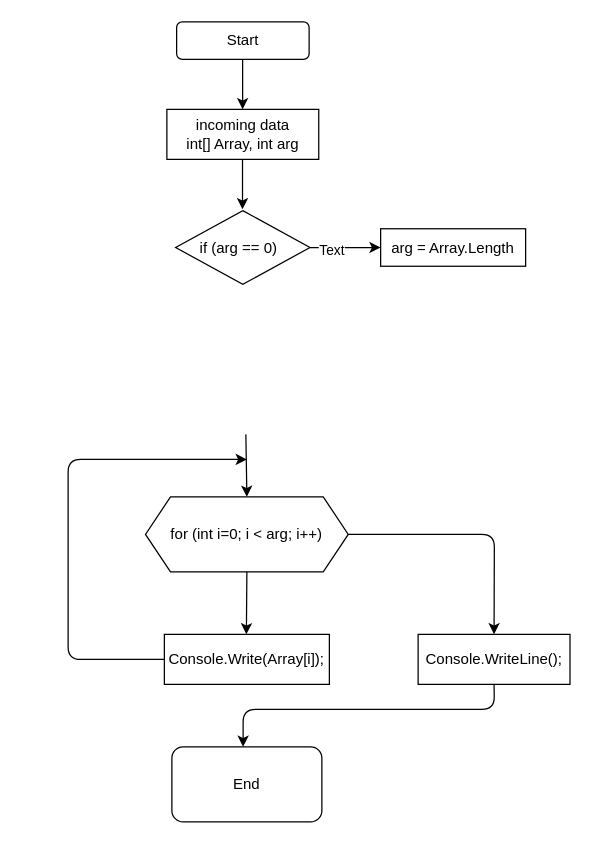
This is 2021/BlockDiagram/PrintArray_method.drawio from AbubakirovRA/FinalWork2021, a draw.io file, before an edit. Source tidied: cells renumbered, new cells numbered last; positions are measured from the earlier drawing's top-left corner, leaving out a move shared by most shapes. Both pictures are drawn from the tidied source at 125%, with x=0, y=0 at pixel (68, 21).
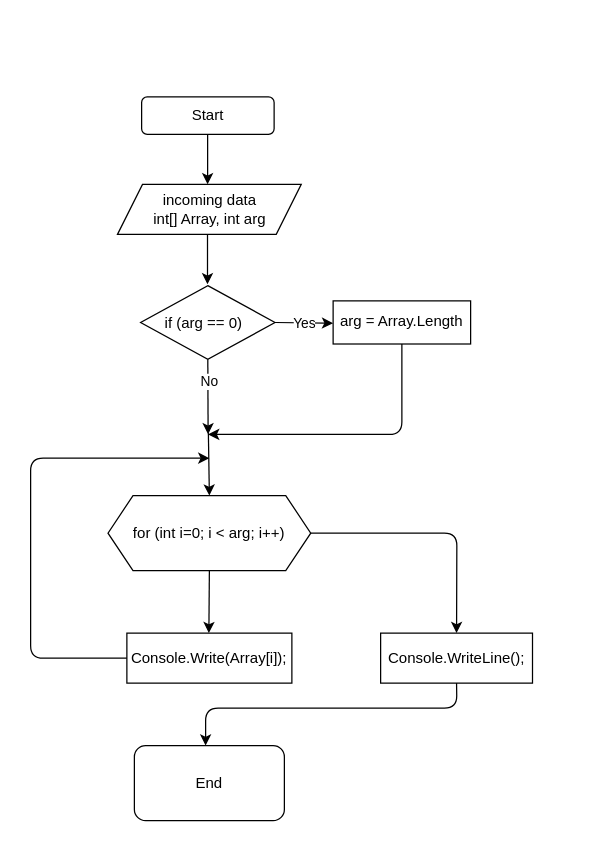
The same diagram, later.

Change to the diagram source:
```diff
@@
     <mxCell id="2" value="Start" style="rounded=1;whiteSpace=wrap;html=1;" parent="1" vertex="1">
-      <mxGeometry x="86.8" width="106" height="30" as="geometry" />
+      <mxGeometry x="58.8" y="60" width="106" height="30" as="geometry" />
     </mxCell>
     <mxCell id="3" style="endArrow=classic;html=1;" parent="1" edge="1">
       <mxGeometry relative="1" as="geometry">
-        <mxPoint x="139.6" y="30" as="sourcePoint" />
-        <mxPoint x="139.6" y="70" as="targetPoint" />
+        <mxPoint x="111.6" y="90" as="sourcePoint" />
+        <mxPoint x="111.6" y="130" as="targetPoint" />
       </mxGeometry>
     </mxCell>
     <mxCell id="4" value="if (arg == 0)&amp;nbsp;&amp;nbsp;" style="rhombus;whiteSpace=wrap;html=1;" parent="1" vertex="1">
-      <mxGeometry x="86" y="151" width="107.5" height="59" as="geometry" />
+      <mxGeometry x="58" y="211" width="107.5" height="59" as="geometry" />
     </mxCell>
     <mxCell id="5" style="endArrow=classic;html=1;exitX=0.5;exitY=1;exitDx=0;exitDy=0;entryX=0.5;entryY=0;entryDx=0;entryDy=0;entryPerimeter=0;" parent="1" edge="1" target="6">
       <mxGeometry relative="1" as="geometry">
-        <mxPoint x="142.2" y="330" as="sourcePoint" />
+        <mxPoint x="112.2" y="329" as="sourcePoint" />
       </mxGeometry>
     </mxCell>
     <mxCell id="6" value="for (int i=0; i &amp;lt; arg; i++)" style="shape=hexagon;perimeter=hexagonPerimeter2;whiteSpace=wrap;html=1;fixedSize=1;" parent="1" vertex="1">
-      <mxGeometry x="61.9" y="380" width="162.2" height="60" as="geometry" />
+      <mxGeometry x="31.9" y="379" width="162.2" height="60" as="geometry" />
     </mxCell>
     <mxCell id="7" style="endArrow=classic;html=1;exitX=0.5;exitY=1;exitDx=0;exitDy=0;" parent="1" edge="1" source="6">
       <mxGeometry relative="1" as="geometry">
-        <mxPoint x="142.6" y="490" as="targetPoint" />
+        <mxPoint x="112.6" y="489" as="targetPoint" />
       </mxGeometry>
     </mxCell>
     <mxCell id="8" value="&lt;span&gt;Console.WriteLine();&lt;/span&gt;" style="rounded=0;whiteSpace=wrap;html=1;" parent="1" vertex="1">
-      <mxGeometry x="280" y="490" width="121.5" height="40" as="geometry" />
+      <mxGeometry x="250" y="489" width="121.5" height="40" as="geometry" />
     </mxCell>
     <mxCell id="9" value="End" style="rounded=1;whiteSpace=wrap;html=1;" parent="1" vertex="1">
-      <mxGeometry x="83" y="580" width="120" height="60" as="geometry" />
+      <mxGeometry x="53" y="579" width="120" height="60" as="geometry" />
     </mxCell>
     <mxCell id="10" style="endArrow=classic;html=1;exitX=0.5;exitY=1;exitDx=0;exitDy=0;" parent="1" edge="1" source="8">
       <mxGeometry relative="1" as="geometry">
-        <mxPoint x="140" y="580" as="targetPoint" />
+        <mxPoint x="110" y="579" as="targetPoint" />
         <Array as="points">
-          <mxPoint x="341" y="550" />
-          <mxPoint x="140" y="550" />
+          <mxPoint x="311" y="549" />
+          <mxPoint x="110" y="549" />
         </Array>
       </mxGeometry>
     </mxCell>
     <mxCell id="11" value="&lt;span&gt;Console.Write(Array[i]);&lt;/span&gt;" style="rounded=0;whiteSpace=wrap;html=1;" parent="1" vertex="1">
-      <mxGeometry x="77" y="490" width="132" height="40" as="geometry" />
+      <mxGeometry x="47" y="489" width="132" height="40" as="geometry" />
     </mxCell>
     <mxCell id="12" style="endArrow=classic;html=1;exitX=0;exitY=0.5;exitDx=0;exitDy=0;" parent="1" edge="1" source="11">
       <mxGeometry relative="1" as="geometry">
-        <mxPoint x="143" y="350" as="targetPoint" />
+        <mxPoint x="113" y="349" as="targetPoint" />
         <Array as="points">
-          <mxPoint y="510" />
-          <mxPoint y="350" />
+          <mxPoint x="-30" y="509" />
+          <mxPoint x="-30" y="349" />
         </Array>
       </mxGeometry>
     </mxCell>
     <mxCell id="13" style="endArrow=classic;html=1;entryX=0.5;entryY=0;entryDx=0;entryDy=0;exitX=1;exitY=0.5;exitDx=0;exitDy=0;" parent="1" edge="1" source="6" target="8">
       <mxGeometry relative="1" as="geometry">
         <Array as="points">
-          <mxPoint x="341" y="410" />
+          <mxPoint x="311" y="409" />
         </Array>
       </mxGeometry>
     </mxCell>
-    <mxCell id="14" value="incoming data &lt;br&gt;int[] Array, int arg" style="rounded=0;whiteSpace=wrap;html=1;" parent="1" vertex="1">
-      <mxGeometry x="79" y="70" width="121.5" height="40" as="geometry" />
-    </mxCell>
     <mxCell id="15" style="endArrow=classic;html=1;" parent="1" edge="1">
       <mxGeometry relative="1" as="geometry">
-        <mxPoint x="139.5" y="110" as="sourcePoint" />
-        <mxPoint x="139.5" y="150" as="targetPoint" />
+        <mxPoint x="111.5" y="170" as="sourcePoint" />
+        <mxPoint x="111.5" y="210" as="targetPoint" />
       </mxGeometry>
     </mxCell>
     <mxCell id="16" value="&lt;span&gt;arg = Array.Length&lt;/span&gt;" style="rounded=0;whiteSpace=wrap;html=1;" parent="1" vertex="1">
-      <mxGeometry x="250" y="165.5" width="116" height="30" as="geometry" />
+      <mxGeometry x="212" y="223.2" width="110" height="34.5" as="geometry" />
     </mxCell>
-    <mxCell id="17" style="endArrow=classic;html=1;exitX=1;exitY=0.5;exitDx=0;exitDy=0;entryX=0;entryY=0.5;entryDx=0;entryDy=0;" parent="1" edge="1" source="4" target="16">
-      <mxGeometry relative="1" as="geometry" />
+    <mxCell id="17" style="endArrow=classic;html=1;exitX=1;exitY=0.5;exitDx=0;exitDy=0;" parent="1" edge="1" source="4">
+      <mxGeometry relative="1" as="geometry">
+        <mxPoint x="212" y="241" as="targetPoint" />
+      </mxGeometry>
     </mxCell>
-    <mxCell id="18" value="Text" style="edgeLabel;html=1;align=center;verticalAlign=middle;" parent="17" vertex="1">
-      <mxGeometry x="-0.39" y="-2" relative="1" as="geometry" />
+    <mxCell id="18" value="Yes" style="edgeLabel;html=1;align=center;verticalAlign=middle;" parent="17" vertex="1">
+      <mxGeometry x="-0.39" y="-2" relative="1" as="geometry">
+        <mxPoint x="9" y="-2" as="offset" />
+      </mxGeometry>
     </mxCell>
+    <mxCell id="19" style="endArrow=classic;html=1;exitX=0.5;exitY=1;exitDx=0;exitDy=0;" parent="1" edge="1" source="4">
+      <mxGeometry relative="1" as="geometry">
+        <mxPoint x="112" y="330" as="targetPoint" />
+      </mxGeometry>
+    </mxCell>
+    <mxCell id="20" value="No" style="edgeLabel;html=1;align=center;verticalAlign=middle;" parent="19" vertex="1">
+      <mxGeometry x="-0.39" y="1" relative="1" as="geometry" />
+    </mxCell>
+    <mxCell id="21" style="endArrow=classic;html=1;exitX=0.5;exitY=1;exitDx=0;exitDy=0;" parent="1" edge="1" source="16">
+      <mxGeometry relative="1" as="geometry">
+        <mxPoint x="112" y="330" as="targetPoint" />
+        <Array as="points">
+          <mxPoint x="267" y="330" />
+        </Array>
+      </mxGeometry>
+    </mxCell>
+    <mxCell id="14" value="&lt;span&gt;incoming data&lt;/span&gt;&lt;br&gt;&lt;span&gt;int[] Array, int arg&lt;/span&gt;" style="shape=parallelogram;perimeter=parallelogramPerimeter;whiteSpace=wrap;html=1;fixedSize=1;" parent="1" vertex="1">
+      <mxGeometry x="39.5" y="130" width="147" height="40" as="geometry" />
+    </mxCell>
```
